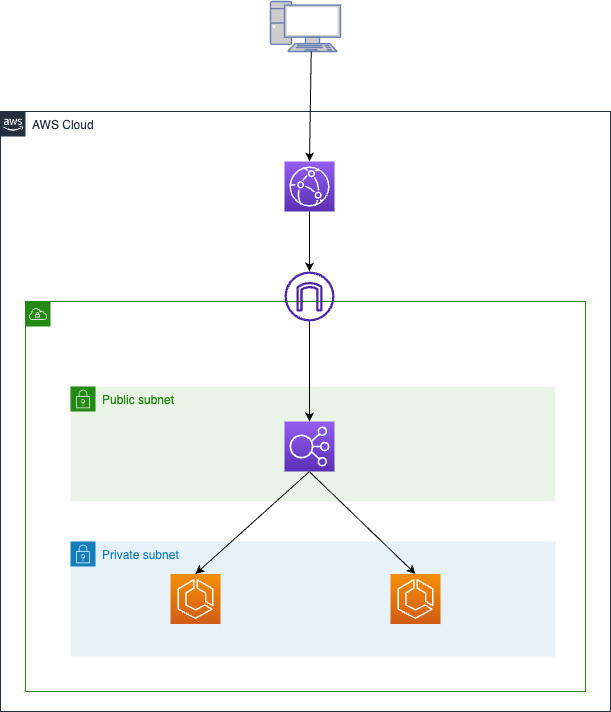
This is images/vpc_origin/ecs_conventional.png from takehiro1111/blog, a draw.io export, as it was before one commit. Source tidied: cells renumbered, new cells last; positions are measured from the earlier drawing's top-left corner, leaving out a move shared by most shapes.
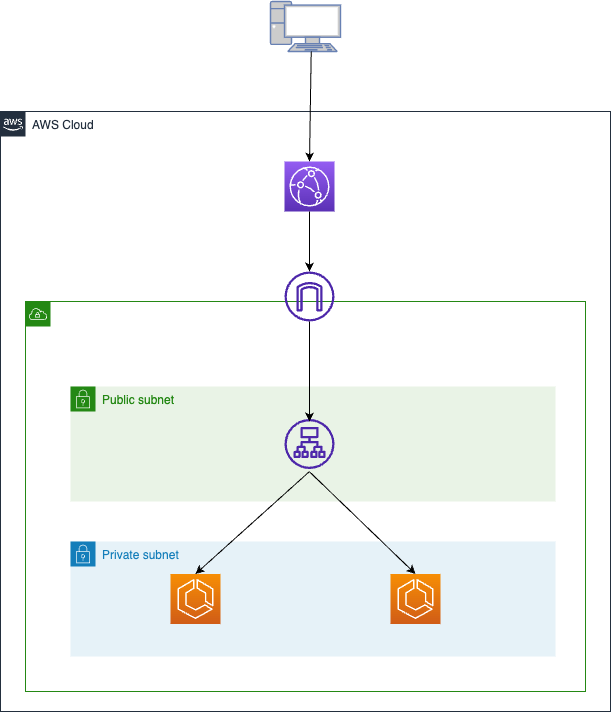
The same diagram one commit later.

The edit, as a diff of the source:
```diff
@@ -20,22 +20,26 @@
     <mxCell id="7" value="Public subnet" style="gradientColor=none;html=1;whiteSpace=wrap;fontSize=12;fontStyle=0;shape=mxgraph.aws4.group;grIcon=mxgraph.aws4.group_security_group;grStroke=0;strokeColor=#248814;fillColor=#E9F3E6;verticalAlign=top;align=left;spacingLeft=30;fontColor=#248814;dashed=0;" parent="3" vertex="1">
       <mxGeometry x="45" y="85" width="485" height="115" as="geometry" />
     </mxCell>
-    <mxCell id="8" style="sketch=0;points=[[0,0,0],[0.25,0,0],[0.5,0,0],[0.75,0,0],[1,0,0],[0,1,0],[0.25,1,0],[0.5,1,0],[0.75,1,0],[1,1,0],[0,0.25,0],[0,0.5,0],[0,0.75,0],[1,0.25,0],[1,0.5,0],[1,0.75,0]];outlineConnect=0;fontColor=#232F3E;gradientColor=#945DF2;gradientDirection=north;fillColor=#5A30B5;strokeColor=#ffffff;dashed=0;verticalLabelPosition=bottom;verticalAlign=top;align=center;html=1;fontSize=12;fontStyle=0;shape=mxgraph.aws4.resourceIcon;resIcon=mxgraph.aws4.elastic_load_balancing;" parent="7" vertex="1">
-      <mxGeometry x="214" y="35" width="50" height="50" as="geometry" />
-    </mxCell>
     <mxCell id="9" style="edgeStyle=none;jettySize=auto;html=1;entryX=0.5;entryY=0;entryDx=0;entryDy=0;entryPerimeter=0;" parent="7" edge="1" target="6">
       <mxGeometry relative="1" as="geometry">
         <mxPoint x="238.7" y="85" as="sourcePoint" />
       </mxGeometry>
     </mxCell>
+    <mxCell id="17" style="sketch=0;fontColor=#232F3E;gradientColor=none;fillColor=#4D27AA;strokeColor=none;dashed=0;verticalLabelPosition=bottom;verticalAlign=top;align=center;html=1;fontSize=12;fontStyle=0;shape=mxgraph.aws4.application_load_balancer;" parent="7" vertex="1">
+      <mxGeometry x="214" y="32.5" width="50" height="50" as="geometry" />
+    </mxCell>
     <mxCell id="10" style="sketch=0;outlineConnect=0;fontColor=#232F3E;gradientColor=none;fillColor=#4D27AA;strokeColor=none;dashed=0;verticalLabelPosition=bottom;verticalAlign=top;align=center;html=1;fontSize=12;fontStyle=0;shape=mxgraph.aws4.internet_gateway;" parent="3" vertex="1">
       <mxGeometry x="259" y="-30" width="50" height="50" as="geometry" />
     </mxCell>
-    <mxCell id="11" style="edgeStyle=none;jettySize=auto;html=1;entryX=0.5;entryY=0;entryDx=0;entryDy=0;entryPerimeter=0;" parent="3" edge="1" source="10" target="8">
-      <mxGeometry relative="1" as="geometry" />
+    <mxCell id="11" style="edgeStyle=none;jettySize=auto;html=1;entryX=0.5;entryY=0;entryDx=0;entryDy=0;entryPerimeter=0;" parent="3" edge="1" source="10">
+      <mxGeometry relative="1" as="geometry">
+        <mxPoint x="284" y="120" as="targetPoint" />
+      </mxGeometry>
     </mxCell>
-    <mxCell id="12" style="edgeStyle=none;jettySize=auto;html=1;entryX=0.5;entryY=0;entryDx=0;entryDy=0;entryPerimeter=0;exitX=0.5;exitY=1;exitDx=0;exitDy=0;exitPerimeter=0;" parent="3" edge="1" source="8" target="5">
-      <mxGeometry relative="1" as="geometry" />
+    <mxCell id="12" style="edgeStyle=none;jettySize=auto;html=1;entryX=0.5;entryY=0;entryDx=0;entryDy=0;entryPerimeter=0;exitX=0.5;exitY=1;exitDx=0;exitDy=0;exitPerimeter=0;" parent="3" edge="1" target="5">
+      <mxGeometry relative="1" as="geometry">
+        <mxPoint x="284" y="170" as="sourcePoint" />
+      </mxGeometry>
     </mxCell>
     <mxCell id="13" style="sketch=0;points=[[0,0,0],[0.25,0,0],[0.5,0,0],[0.75,0,0],[1,0,0],[0,1,0],[0.25,1,0],[0.5,1,0],[0.75,1,0],[1,1,0],[0,0.25,0],[0,0.5,0],[0,0.75,0],[1,0.25,0],[1,0.5,0],[1,0.75,0]];outlineConnect=0;fontColor=#232F3E;gradientColor=#945DF2;gradientDirection=north;fillColor=#5A30B5;strokeColor=#ffffff;dashed=0;verticalLabelPosition=bottom;verticalAlign=top;align=center;html=1;fontSize=12;fontStyle=0;shape=mxgraph.aws4.resourceIcon;resIcon=mxgraph.aws4.cloudfront;" parent="2" vertex="1">
       <mxGeometry x="284" y="50" width="50" height="50" as="geometry" />
```
